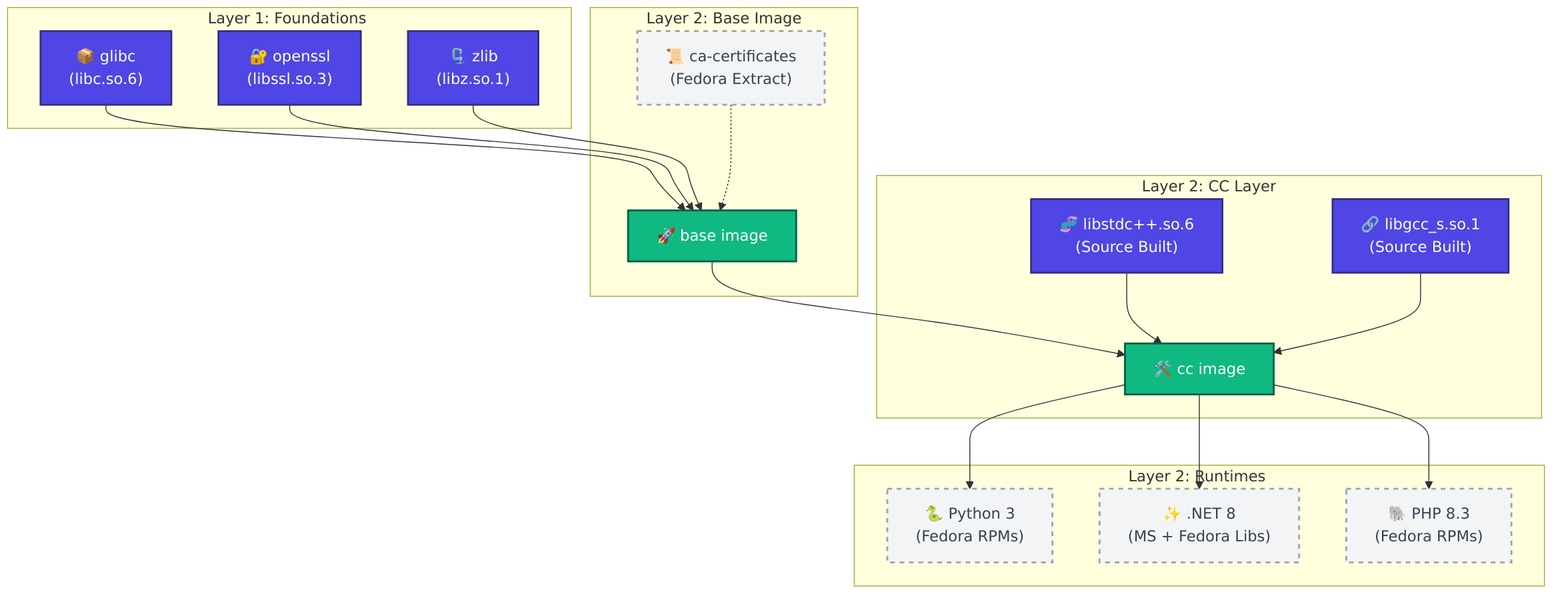
mbuccarello/distroless-the-hard-way keeps this Mermaid diagram as docs/images/lib-hierarchy.png. Above is the earlier version. Its source is kept beside it as docs/mermaid/lib-hierarchy.mmd. Source of this version:
```mermaid
graph TD
    classDef source fill:#4f46e5,stroke:#312e81,color:#fff,stroke-width:2px;
    classDef fedora fill:#f3f4f6,stroke:#9ca3af,color:#374151,stroke-width:2px,stroke-dasharray: 5 5;
    classDef image fill:#10b981,stroke:#065f46,color:#fff,stroke-width:2px;

    subgraph "Layer 1: Foundations (Source Built)"
        glibc["📦 glibc<br/>(libc.so.6)"]
        openssl["🔐 openssl<br/>(libssl.so.3)"]
        zlib["🗜️ zlib<br/>(libz.so.1)"]
    end

    subgraph "Layer 2: Base Image"
        base["🚀 base image"]
        glibc --> base
        openssl --> base
        zlib --> base
        cacert["📜 ca-certificates<br/>(Fedora Extract)"] -.-> base
    end

    subgraph "Layer 2: CC Layer"
        cc["🛠️ cc image"]
        base --> cc
        libcpp["🧬 libstdc++.so.6<br/>(Source Built)"] --> cc
        libgcc["🔗 libgcc_s.so.1<br/>(Source Built)"] --> cc
    end

    subgraph "Layer 2: Runtimes (Flavors)"
        cc --> python
        cc --> dotnet
        cc --> php

        python["🐍 Python 3<br/>(Fedora RPMs)"]
        dotnet["✨ .NET 8<br/>(MS + Fedora Libs)"]
        php["🐘 PHP 8.3<br/>(Fedora RPMs)"]
    end

    class glibc,openssl,zlib,libcpp,libgcc source;
    class cacert,python,dotnet,php fedora;
    class base,cc image;
```
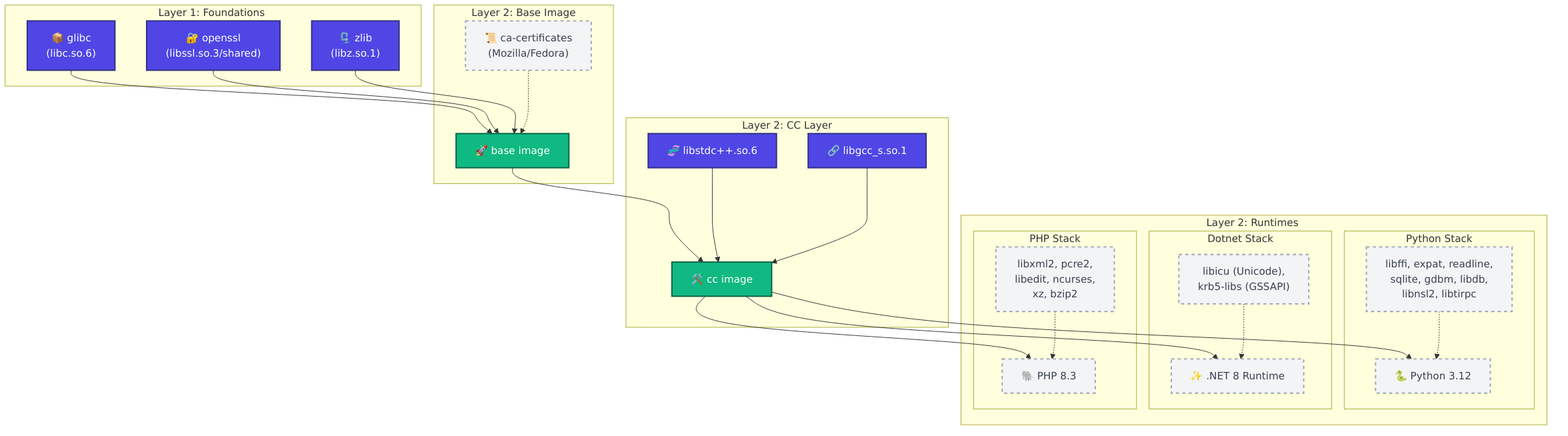
The same diagram one commit later.

Commit message:
docs: update library hierarchy with detailed dependency mapping (v74)

Change to the diagram source:
```diff
@@ -5,7 +5,7 @@
 
     subgraph "Layer 1: Foundations (Source Built)"
         glibc["📦 glibc<br/>(libc.so.6)"]
-        openssl["🔐 openssl<br/>(libssl.so.3)"]
+        openssl["🔐 openssl<br/>(libssl.so.3/shared)"]
         zlib["🗜️ zlib<br/>(libz.so.1)"]
     end
 
@@ -14,14 +14,14 @@
         glibc --> base
         openssl --> base
         zlib --> base
-        cacert["📜 ca-certificates<br/>(Fedora Extract)"] -.-> base
+        cacert["📜 ca-certificates<br/>(Mozilla/Fedora)"] -.-> base
     end
 
     subgraph "Layer 2: CC Layer"
         cc["🛠️ cc image"]
         base --> cc
-        libcpp["🧬 libstdc++.so.6<br/>(Source Built)"] --> cc
-        libgcc["🔗 libgcc_s.so.1<br/>(Source Built)"] --> cc
+        libcpp["🧬 libstdc++.so.6"] --> cc
+        libgcc["🔗 libgcc_s.so.1"] --> cc
     end
 
     subgraph "Layer 2: Runtimes (Flavors)"
@@ -29,11 +29,22 @@
         cc --> dotnet
         cc --> php
 
-        python["🐍 Python 3<br/>(Fedora RPMs)"]
-        dotnet["✨ .NET 8<br/>(MS + Fedora Libs)"]
-        php["🐘 PHP 8.3<br/>(Fedora RPMs)"]
+        subgraph "Python Stack"
+            python["🐍 Python 3.12"]
+            py_libs["libffi, expat, readline,<br/>sqlite, gdbm, libdb,<br/>libnsl2, libtirpc"] -.-> python
+        end
+
+        subgraph "Dotnet Stack"
+            dotnet["✨ .NET 8 Runtime"]
+            dotnet_libs["libicu (Unicode),<br/>krb5-libs (GSSAPI)"] -.-> dotnet
+        end
+
+        subgraph "PHP Stack"
+            php["🐘 PHP 8.3"]
+            php_libs["libxml2, pcre2,<br/>libedit, ncurses,<br/>xz, bzip2"] -.-> php
+        end
     end
 
     class glibc,openssl,zlib,libcpp,libgcc source;
-    class cacert,python,dotnet,php fedora;
+    class cacert,python,dotnet,php,py_libs,dotnet_libs,php_libs fedora;
     class base,cc image;
```
